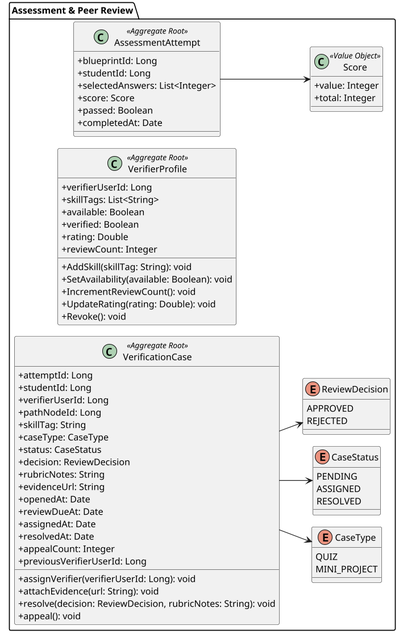
This is images-doc/class-assessment-peer-review-mobile.png from Aplicaciones-Dispositivos-Moviles/SkillSwap-ProjectReport, a PlantUML export, as it was before one commit.
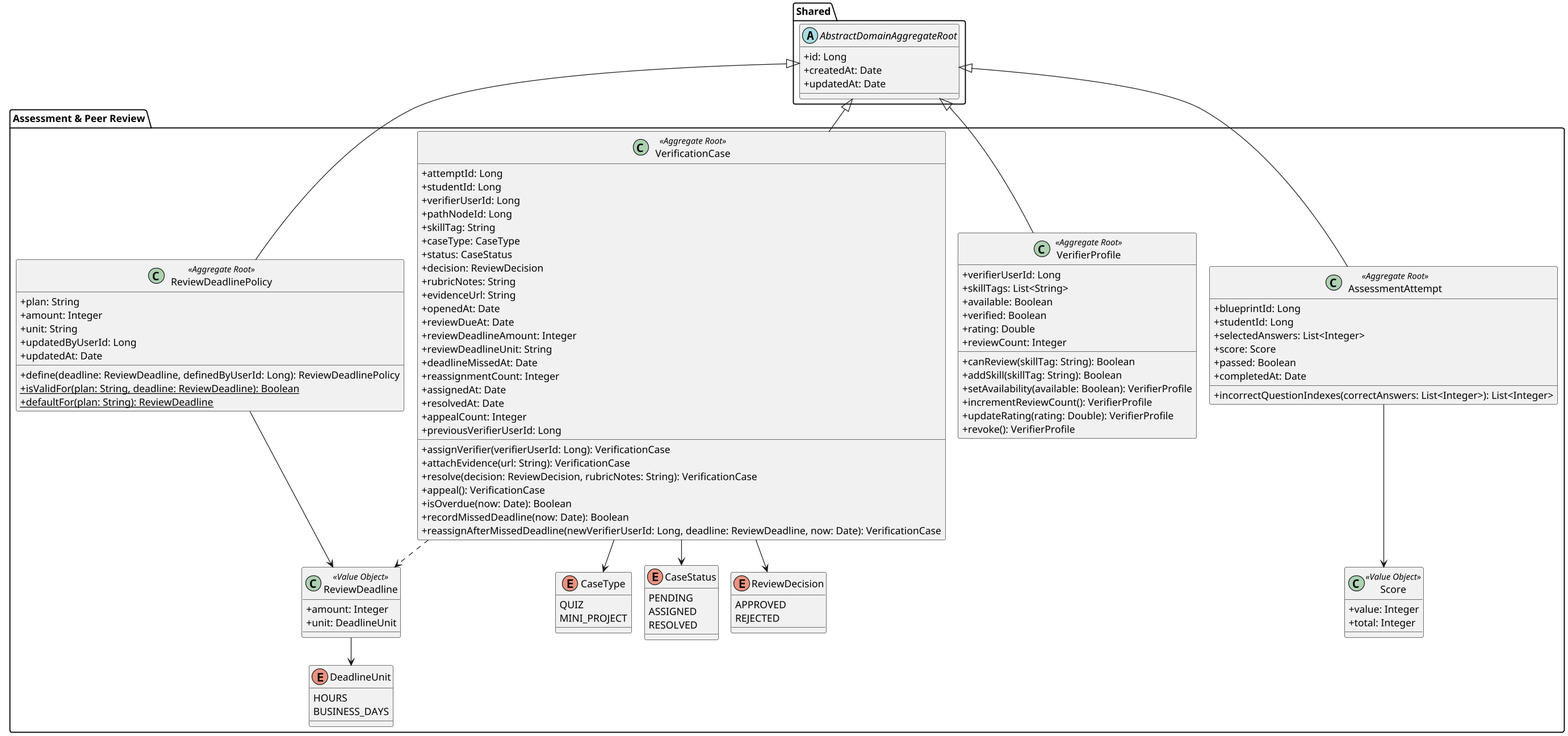
Later version of the same file.

What changed in the source:
```diff
@@ -2,9 +2,15 @@
 !pragma layout smetana
 skinparam classAttributeIconSize 0
 skinparam packageStyle folder
-skinparam dpi 110
-left to right direction
-
+skinparam dpi 120
+skinparam shadowing false
+package "Shared" {
+    abstract class AbstractDomainAggregateRoot {
+        +id: Long
+        +createdAt: Date
+        +updatedAt: Date
+    }
+}
 package "Assessment & Peer Review" {
     class AssessmentAttempt <<Aggregate Root>> {
         +blueprintId: Long
@@ -13,6 +19,7 @@
         +score: Score
         +passed: Boolean
         +completedAt: Date
+        +incorrectQuestionIndexes(correctAnswers: List<Integer>): List<Integer>
     }
 
     class Score <<Value Object>> {
@@ -27,11 +34,12 @@
         +verified: Boolean
         +rating: Double
         +reviewCount: Integer
-        +AddSkill(skillTag: String): void
-        +SetAvailability(available: Boolean): void
-        +IncrementReviewCount(): void
-        +UpdateRating(rating: Double): void
-        +Revoke(): void
+        +canReview(skillTag: String): Boolean
+        +addSkill(skillTag: String): Boolean
+        +setAvailability(available: Boolean): VerifierProfile
+        +incrementReviewCount(): VerifierProfile
+        +updateRating(rating: Double): VerifierProfile
+        +revoke(): VerifierProfile
     }
 
     class VerificationCase <<Aggregate Root>> {
@@ -47,14 +55,42 @@
         +evidenceUrl: String
         +openedAt: Date
         +reviewDueAt: Date
+        +reviewDeadlineAmount: Integer
+        +reviewDeadlineUnit: String
+        +deadlineMissedAt: Date
+        +reassignmentCount: Integer
         +assignedAt: Date
         +resolvedAt: Date
         +appealCount: Integer
         +previousVerifierUserId: Long
-        +assignVerifier(verifierUserId: Long): void
-        +attachEvidence(url: String): void
-        +resolve(decision: ReviewDecision, rubricNotes: String): void
-        +appeal(): void
+        +assignVerifier(verifierUserId: Long): VerificationCase
+        +attachEvidence(url: String): VerificationCase
+        +resolve(decision: ReviewDecision, rubricNotes: String): VerificationCase
+        +appeal(): VerificationCase
+        +isOverdue(now: Date): Boolean
+        +recordMissedDeadline(now: Date): Boolean
+        +reassignAfterMissedDeadline(newVerifierUserId: Long, deadline: ReviewDeadline, now: Date): VerificationCase
+    }
+
+    class ReviewDeadlinePolicy <<Aggregate Root>> {
+        +plan: String
+        +amount: Integer
+        +unit: String
+        +updatedByUserId: Long
+        +updatedAt: Date
+        +define(deadline: ReviewDeadline, definedByUserId: Long): ReviewDeadlinePolicy
+        +{static} isValidFor(plan: String, deadline: ReviewDeadline): Boolean
+        +{static} defaultFor(plan: String): ReviewDeadline
+    }
+
+    class ReviewDeadline <<Value Object>> {
+        +amount: Integer
+        +unit: DeadlineUnit
+    }
+
+    enum DeadlineUnit {
+        HOURS
+        BUSINESS_DAYS
     }
 
     enum CaseType {
@@ -77,5 +113,12 @@
     VerificationCase --> CaseType
     VerificationCase --> CaseStatus
     VerificationCase --> ReviewDecision
+    VerificationCase ..> ReviewDeadline
+    ReviewDeadlinePolicy --> ReviewDeadline
+    ReviewDeadline --> DeadlineUnit
 }
+AssessmentAttempt -up-|> AbstractDomainAggregateRoot
+VerifierProfile -up-|> AbstractDomainAggregateRoot
+VerificationCase -up-|> AbstractDomainAggregateRoot
+ReviewDeadlinePolicy -up-|> AbstractDomainAggregateRoot
 @enduml
```
